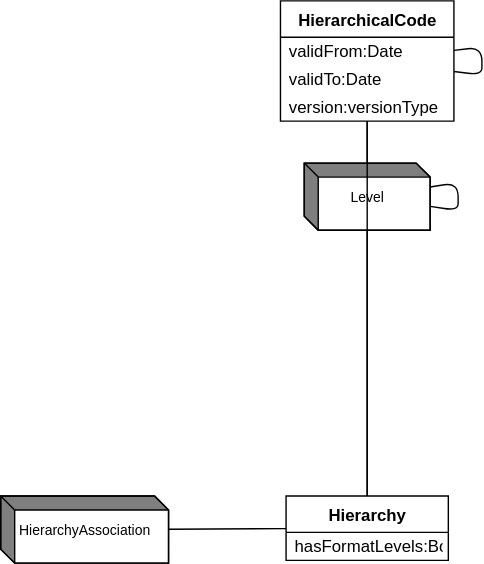
Above: docs/information_model/media/sdmx_codelist-hierarchy_inheritance.svg in sdmx-twg/sdmx-im (draw.io), before the change. Source tidied: cells renumbered, new cells last; positions are measured from the earlier drawing's top-left corner, leaving out a move shared by most shapes. Source of this version:
```xml
<mxGraphModel>
  <root>
    <mxCell id="0" />
    <mxCell id="1" parent="0" />
    <mxCell id="2" value="HierarchicalCode" style="swimlane;fontStyle=1;align=center;verticalAlign=top;horizontal=1;startSize=26;whiteSpace=wrap;html=1;" parent="1" vertex="1">
      <mxGeometry x="200" width="124" height="86" as="geometry" />
    </mxCell>
    <mxCell id="3" value="validFrom:Date" style="text;strokeColor=none;fillColor=none;align=left;verticalAlign=middle;spacingLeft=4;spacingRight=4;overflow=hidden;whiteSpace=wrap;html=1;" parent="2" vertex="1">
      <mxGeometry y="26" width="124" height="20" as="geometry" />
    </mxCell>
    <mxCell id="4" value="validTo:Date" style="text;strokeColor=none;fillColor=none;align=left;verticalAlign=middle;spacingLeft=4;spacingRight=4;overflow=hidden;whiteSpace=wrap;html=1;" parent="2" vertex="1">
      <mxGeometry y="46" width="124" height="20" as="geometry" />
    </mxCell>
    <mxCell id="5" value="version:versionType" style="text;strokeColor=none;fillColor=none;align=left;verticalAlign=middle;spacingLeft=4;spacingRight=4;overflow=hidden;whiteSpace=wrap;html=1;" parent="2" vertex="1">
      <mxGeometry y="66" width="124" height="20" as="geometry" />
    </mxCell>
    <mxCell id="6" value="Hierarchy" style="swimlane;fontStyle=1;align=center;verticalAlign=top;horizontal=1;startSize=26;whiteSpace=wrap;html=1;" parent="1" vertex="1">
      <mxGeometry x="204" y="354" width="116" height="46" as="geometry" />
    </mxCell>
    <mxCell id="7" value="hasFormatLevels:Boolean" style="text;strokeColor=none;fillColor=none;align=left;verticalAlign=middle;spacingLeft=4;spacingRight=4;overflow=hidden;whiteSpace=wrap;html=1;" parent="6" vertex="1">
      <mxGeometry y="26" width="116" height="20" as="geometry" />
    </mxCell>
    <mxCell id="8" value="Level" style="shape=mxgraph.dfd.externalEntity;fontSize=10;" parent="1" vertex="1">
      <mxGeometry x="217" y="116" width="90" height="48" as="geometry" />
    </mxCell>
    <mxCell id="9" value="HierarchyAssociation" style="shape=mxgraph.dfd.externalEntity;fontSize=10;" parent="1" vertex="1">
      <mxGeometry y="354" width="120" height="48" as="geometry" />
    </mxCell>
    <mxCell id="10" value="/items" style="endArrow=none;" parent="1" edge="1">
      <mxGeometry relative="1" as="geometry" />
    </mxCell>
    <mxCell id="11" style="endArrow=none;" parent="1" edge="1" target="8">
      <mxGeometry relative="1" as="geometry" />
    </mxCell>
    <mxCell id="12" value="isComposite" style="endArrow=none;" parent="1" edge="1">
      <mxGeometry relative="1" as="geometry" />
    </mxCell>
    <mxCell id="13" value="composedCodelists" style="endArrow=none;" parent="1" edge="1">
      <mxGeometry relative="1" as="geometry" />
    </mxCell>
    <mxCell id="14" style="endArrow=none;" parent="1" edge="1" source="2">
      <mxGeometry relative="1" as="geometry" />
    </mxCell>
    <mxCell id="15" value="/items" style="endArrow=none;" parent="1" edge="1">
      <mxGeometry relative="1" as="geometry" />
    </mxCell>
    <mxCell id="16" style="endArrow=none;" parent="1" edge="1">
      <mxGeometry relative="1" as="geometry" />
    </mxCell>
    <mxCell id="17" style="endArrow=none;" parent="1" edge="1">
      <mxGeometry relative="1" as="geometry" />
    </mxCell>
    <mxCell id="18" style="endArrow=none;" parent="1" edge="1" target="6">
      <mxGeometry relative="1" as="geometry" />
    </mxCell>
    <mxCell id="19" style="endArrow=none;" parent="1" edge="1" target="2">
      <mxGeometry relative="1" as="geometry" />
    </mxCell>
    <mxCell id="20" style="endArrow=none;" parent="1" edge="1">
      <mxGeometry relative="1" as="geometry" />
    </mxCell>
    <mxCell id="21" style="endArrow=none;" parent="1" edge="1">
      <mxGeometry relative="1" as="geometry" />
    </mxCell>
    <mxCell id="22" style="endArrow=none;" parent="1" edge="1" source="2" target="8">
      <mxGeometry relative="1" as="geometry" />
    </mxCell>
    <mxCell id="23" style="endArrow=none;" parent="1" edge="1" source="2" target="6">
      <mxGeometry relative="1" as="geometry" />
    </mxCell>
    <mxCell id="24" style="endArrow=none;" parent="1" edge="1" source="2" target="2">
      <mxGeometry relative="1" as="geometry" />
    </mxCell>
    <mxCell id="25" style="endArrow=none;" parent="1" edge="1" source="6">
      <mxGeometry relative="1" as="geometry" />
    </mxCell>
    <mxCell id="26" style="endArrow=none;" parent="1" edge="1" source="6" target="9">
      <mxGeometry relative="1" as="geometry" />
    </mxCell>
    <mxCell id="27" style="endArrow=none;" parent="1" edge="1" source="8" target="6">
      <mxGeometry relative="1" as="geometry" />
    </mxCell>
    <mxCell id="28" value="usesCodelist" style="endArrow=none;" parent="1" edge="1">
      <mxGeometry relative="1" as="geometry" />
    </mxCell>
    <mxCell id="29" value="extends" style="endArrow=none;" parent="1" edge="1">
      <mxGeometry relative="1" as="geometry" />
    </mxCell>
    <mxCell id="30" style="endArrow=none;" parent="1" edge="1">
      <mxGeometry relative="1" as="geometry" />
    </mxCell>
    <mxCell id="31" style="endArrow=none;" parent="1" edge="1" source="8" target="8">
      <mxGeometry relative="1" as="geometry" />
    </mxCell>
    <mxCell id="32" style="endArrow=none;" parent="1" edge="1" target="9">
      <mxGeometry relative="1" as="geometry" />
    </mxCell>
    <mxCell id="33" style="endArrow=none;" parent="1" edge="1" source="9">
      <mxGeometry relative="1" as="geometry" />
    </mxCell>
  </root>
</mxGraphModel>
```
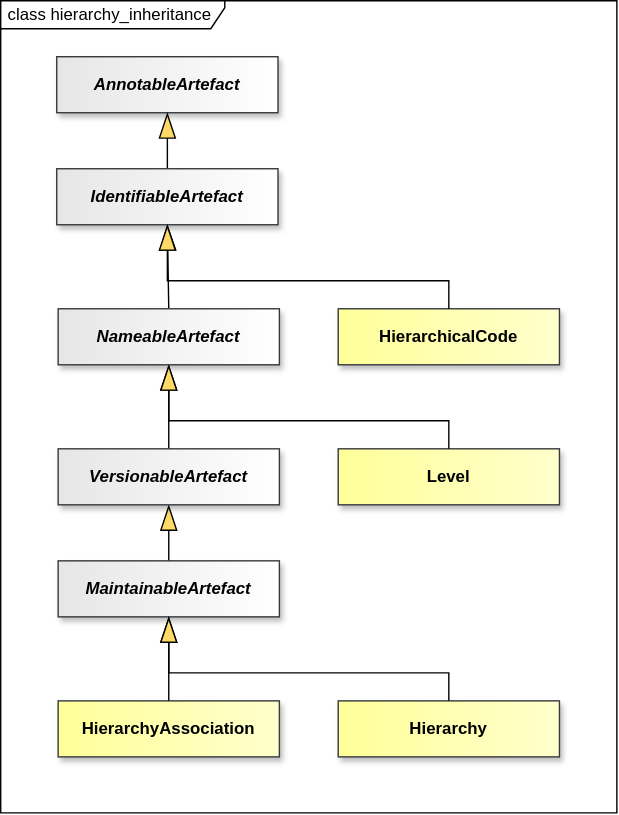
The same diagram one commit later.

Change to the diagram source:
```diff
@@ -2,45 +2,18 @@
   <root>
     <mxCell id="0" />
     <mxCell id="1" parent="0" />
-    <mxCell id="2" value="HierarchicalCode" style="swimlane;fontStyle=1;align=center;verticalAlign=top;horizontal=1;startSize=26;whiteSpace=wrap;html=1;" parent="1" vertex="1">
-      <mxGeometry x="200" width="124" height="86" as="geometry" />
-    </mxCell>
-    <mxCell id="3" value="validFrom:Date" style="text;strokeColor=none;fillColor=none;align=left;verticalAlign=middle;spacingLeft=4;spacingRight=4;overflow=hidden;whiteSpace=wrap;html=1;" parent="2" vertex="1">
-      <mxGeometry y="26" width="124" height="20" as="geometry" />
-    </mxCell>
-    <mxCell id="4" value="validTo:Date" style="text;strokeColor=none;fillColor=none;align=left;verticalAlign=middle;spacingLeft=4;spacingRight=4;overflow=hidden;whiteSpace=wrap;html=1;" parent="2" vertex="1">
-      <mxGeometry y="46" width="124" height="20" as="geometry" />
-    </mxCell>
-    <mxCell id="5" value="version:versionType" style="text;strokeColor=none;fillColor=none;align=left;verticalAlign=middle;spacingLeft=4;spacingRight=4;overflow=hidden;whiteSpace=wrap;html=1;" parent="2" vertex="1">
-      <mxGeometry y="66" width="124" height="20" as="geometry" />
-    </mxCell>
-    <mxCell id="6" value="Hierarchy" style="swimlane;fontStyle=1;align=center;verticalAlign=top;horizontal=1;startSize=26;whiteSpace=wrap;html=1;" parent="1" vertex="1">
-      <mxGeometry x="204" y="354" width="116" height="46" as="geometry" />
-    </mxCell>
-    <mxCell id="7" value="hasFormatLevels:Boolean" style="text;strokeColor=none;fillColor=none;align=left;verticalAlign=middle;spacingLeft=4;spacingRight=4;overflow=hidden;whiteSpace=wrap;html=1;" parent="6" vertex="1">
-      <mxGeometry y="26" width="116" height="20" as="geometry" />
-    </mxCell>
-    <mxCell id="8" value="Level" style="shape=mxgraph.dfd.externalEntity;fontSize=10;" parent="1" vertex="1">
-      <mxGeometry x="217" y="116" width="90" height="48" as="geometry" />
-    </mxCell>
-    <mxCell id="9" value="HierarchyAssociation" style="shape=mxgraph.dfd.externalEntity;fontSize=10;" parent="1" vertex="1">
-      <mxGeometry y="354" width="120" height="48" as="geometry" />
-    </mxCell>
+    <mxCell id="34" value="&amp;nbsp;class hierarchy_inheritance" style="shape=umlFrame;whiteSpace=wrap;html=1;fillColor=light-dark(#FFFFFF,#121212);swimlaneFillColor=light-dark(#FFFFFF,#121212);width=160;height=20;align=left;" parent="1" vertex="1">
+      <mxGeometry x="-50" y="-56" width="440" height="580" as="geometry" />
+    </mxCell>
     <mxCell id="10" value="/items" style="endArrow=none;" parent="1" edge="1">
       <mxGeometry relative="1" as="geometry" />
     </mxCell>
-    <mxCell id="11" style="endArrow=none;" parent="1" edge="1" target="8">
-      <mxGeometry relative="1" as="geometry" />
-    </mxCell>
     <mxCell id="12" value="isComposite" style="endArrow=none;" parent="1" edge="1">
       <mxGeometry relative="1" as="geometry" />
     </mxCell>
     <mxCell id="13" value="composedCodelists" style="endArrow=none;" parent="1" edge="1">
       <mxGeometry relative="1" as="geometry" />
     </mxCell>
-    <mxCell id="14" style="endArrow=none;" parent="1" edge="1" source="2">
-      <mxGeometry relative="1" as="geometry" />
-    </mxCell>
     <mxCell id="15" value="/items" style="endArrow=none;" parent="1" edge="1">
       <mxGeometry relative="1" as="geometry" />
     </mxCell>
@@ -50,36 +23,12 @@
     <mxCell id="17" style="endArrow=none;" parent="1" edge="1">
       <mxGeometry relative="1" as="geometry" />
     </mxCell>
-    <mxCell id="18" style="endArrow=none;" parent="1" edge="1" target="6">
-      <mxGeometry relative="1" as="geometry" />
-    </mxCell>
-    <mxCell id="19" style="endArrow=none;" parent="1" edge="1" target="2">
-      <mxGeometry relative="1" as="geometry" />
-    </mxCell>
     <mxCell id="20" style="endArrow=none;" parent="1" edge="1">
       <mxGeometry relative="1" as="geometry" />
     </mxCell>
     <mxCell id="21" style="endArrow=none;" parent="1" edge="1">
       <mxGeometry relative="1" as="geometry" />
     </mxCell>
-    <mxCell id="22" style="endArrow=none;" parent="1" edge="1" source="2" target="8">
-      <mxGeometry relative="1" as="geometry" />
-    </mxCell>
-    <mxCell id="23" style="endArrow=none;" parent="1" edge="1" source="2" target="6">
-      <mxGeometry relative="1" as="geometry" />
-    </mxCell>
-    <mxCell id="24" style="endArrow=none;" parent="1" edge="1" source="2" target="2">
-      <mxGeometry relative="1" as="geometry" />
-    </mxCell>
-    <mxCell id="25" style="endArrow=none;" parent="1" edge="1" source="6">
-      <mxGeometry relative="1" as="geometry" />
-    </mxCell>
-    <mxCell id="26" style="endArrow=none;" parent="1" edge="1" source="6" target="9">
-      <mxGeometry relative="1" as="geometry" />
-    </mxCell>
-    <mxCell id="27" style="endArrow=none;" parent="1" edge="1" source="8" target="6">
-      <mxGeometry relative="1" as="geometry" />
-    </mxCell>
     <mxCell id="28" value="usesCodelist" style="endArrow=none;" parent="1" edge="1">
       <mxGeometry relative="1" as="geometry" />
     </mxCell>
@@ -89,14 +38,74 @@
     <mxCell id="30" style="endArrow=none;" parent="1" edge="1">
       <mxGeometry relative="1" as="geometry" />
     </mxCell>
-    <mxCell id="31" style="endArrow=none;" parent="1" edge="1" source="8" target="8">
-      <mxGeometry relative="1" as="geometry" />
-    </mxCell>
-    <mxCell id="32" style="endArrow=none;" parent="1" edge="1" target="9">
-      <mxGeometry relative="1" as="geometry" />
-    </mxCell>
-    <mxCell id="33" style="endArrow=none;" parent="1" edge="1" source="9">
-      <mxGeometry relative="1" as="geometry" />
-    </mxCell>
+    <mxCell id="35" value="&lt;span&gt;&lt;span&gt;AnnotableArtefact&lt;/span&gt;&lt;/span&gt;" style="whiteSpace=wrap;html=1;verticalAlign=middle;gradientDirection=east;imageVerticalAlign=top;fontStyle=3;fillColor=light-dark(#E6E6E6,#E6E6E6);strokeColor=#36393d;fontColor=light-dark(#000000,#000000);gradientColor=light-dark(#FFFFFF,#FFFFFF);shadow=1;" parent="1" vertex="1">
+      <mxGeometry x="-10" y="-16" width="158" height="40" as="geometry" />
+    </mxCell>
+    <mxCell id="36" style="endArrow=blockThin;endSize=16;endFill=1;html=1;rounded=0;entryX=0.5;entryY=1;entryDx=0;entryDy=0;exitX=0.5;exitY=0;exitDx=0;exitDy=0;startFill=0;endFillColor=light-dark(#FFD966,#FFD966);strokeColor=light-dark(#000000,#FFFFFF);startFillColor=light-dark(#000000,#FFFFFF);labelBackgroundColor=none;labelBorderColor=light-dark(#000000,#FFFFFF);" parent="1" edge="1" source="40" target="35">
+      <mxGeometry relative="1" as="geometry" />
+    </mxCell>
+    <mxCell id="37" style="endArrow=blockThin;endSize=16;endFill=1;html=1;rounded=0;exitX=0.5;exitY=0;exitDx=0;exitDy=0;startFill=0;endFillColor=light-dark(#FFD966,#FFD966);strokeColor=light-dark(#000000,#FFFFFF);startFillColor=light-dark(#000000,#FFFFFF);labelBackgroundColor=none;labelBorderColor=light-dark(#000000,#FFFFFF);entryX=0.5;entryY=1;entryDx=0;entryDy=0;" parent="1" edge="1" source="41" target="40">
+      <mxGeometry relative="1" as="geometry" />
+    </mxCell>
+    <mxCell id="38" style="endArrow=blockThin;endSize=16;endFill=1;html=1;rounded=0;entryX=0.5;entryY=1;entryDx=0;entryDy=0;exitX=0.5;exitY=0;exitDx=0;exitDy=0;startFill=0;endFillColor=light-dark(#FFD966,#FFD966);strokeColor=light-dark(#000000,#FFFFFF);startFillColor=light-dark(#000000,#FFFFFF);labelBackgroundColor=none;labelBorderColor=light-dark(#000000,#FFFFFF);" parent="1" edge="1" source="42" target="41">
+      <mxGeometry relative="1" as="geometry" />
+    </mxCell>
+    <mxCell id="39" style="endArrow=blockThin;endSize=16;endFill=1;html=1;rounded=0;entryX=0.5;entryY=1;entryDx=0;entryDy=0;exitX=0.5;exitY=0;exitDx=0;exitDy=0;startFill=0;endFillColor=light-dark(#FFD966,#FFD966);strokeColor=light-dark(#000000,#FFFFFF);startFillColor=light-dark(#000000,#FFFFFF);labelBackgroundColor=none;labelBorderColor=light-dark(#000000,#FFFFFF);" parent="1" edge="1" source="43" target="42">
+      <mxGeometry relative="1" as="geometry" />
+    </mxCell>
+    <mxCell id="40" value="IdentifiableArtefact" style="whiteSpace=wrap;html=1;verticalAlign=middle;gradientDirection=east;imageVerticalAlign=top;fontStyle=3;fillColor=light-dark(#E6E6E6,#E6E6E6);strokeColor=#36393d;fontColor=light-dark(#000000,#000000);gradientColor=light-dark(#FFFFFF,#FFFFFF);shadow=1;" parent="1" vertex="1">
+      <mxGeometry x="-10" y="64" width="158" height="40" as="geometry" />
+    </mxCell>
+    <mxCell id="41" value="NameableArtefact" style="whiteSpace=wrap;html=1;verticalAlign=middle;gradientDirection=east;imageVerticalAlign=top;fontStyle=3;fillColor=light-dark(#E6E6E6,#E6E6E6);strokeColor=#36393d;fontColor=light-dark(#000000,#000000);gradientColor=light-dark(#FFFFFF,#FFFFFF);shadow=1;" parent="1" vertex="1">
+      <mxGeometry x="-9" y="164" width="158" height="40" as="geometry" />
+    </mxCell>
+    <mxCell id="42" value="VersionableArtefact" style="whiteSpace=wrap;html=1;verticalAlign=middle;gradientDirection=east;imageVerticalAlign=top;fontStyle=3;fillColor=light-dark(#E6E6E6,#E6E6E6);strokeColor=#36393d;fontColor=light-dark(#000000,#000000);gradientColor=light-dark(#FFFFFF,#FFFFFF);shadow=1;" parent="1" vertex="1">
+      <mxGeometry x="-9" y="264" width="158" height="40" as="geometry" />
+    </mxCell>
+    <mxCell id="43" value="MaintainableArtefact" style="whiteSpace=wrap;html=1;verticalAlign=middle;gradientDirection=east;imageVerticalAlign=top;fontStyle=3;fillColor=light-dark(#E6E6E6,#E6E6E6);strokeColor=#36393d;fontColor=light-dark(#000000,#000000);gradientColor=light-dark(#FFFFFF,#FFFFFF);shadow=1;" parent="1" vertex="1">
+      <mxGeometry x="-9" y="344" width="158" height="40" as="geometry" />
+    </mxCell>
+    <mxCell id="2" value="HierarchicalCode" style="whiteSpace=wrap;html=1;verticalAlign=middle;gradientDirection=east;imageVerticalAlign=top;fontStyle=1;fillColor=light-dark(#FFFF99,#FFFF99);strokeColor=#36393d;fontColor=light-dark(#000000,#000000);gradientColor=light-dark(#FFFFCC,#FFFFCC);shadow=1;" parent="1" vertex="1">
+      <mxGeometry x="191" y="164" width="158" height="40" as="geometry" />
+    </mxCell>
+    <mxCell id="8" value="Level" style="whiteSpace=wrap;html=1;verticalAlign=middle;gradientDirection=east;imageVerticalAlign=top;fontStyle=1;fillColor=light-dark(#FFFF99,#FFFF99);strokeColor=#36393d;fontColor=light-dark(#000000,#000000);gradientColor=light-dark(#FFFFCC,#FFFFCC);shadow=1;" parent="1" vertex="1">
+      <mxGeometry x="191" y="264" width="158" height="40" as="geometry" />
+    </mxCell>
+    <mxCell id="9" value="HierarchyAssociation" style="whiteSpace=wrap;html=1;verticalAlign=middle;gradientDirection=east;imageVerticalAlign=top;fontStyle=1;fillColor=light-dark(#FFFF99,#FFFF99);strokeColor=#36393d;fontColor=light-dark(#000000,#000000);gradientColor=light-dark(#FFFFCC,#FFFFCC);shadow=1;" parent="1" vertex="1">
+      <mxGeometry x="-9" y="444" width="158" height="40" as="geometry" />
+    </mxCell>
+    <mxCell id="6" value="Hierarchy" style="whiteSpace=wrap;html=1;verticalAlign=middle;gradientDirection=east;imageVerticalAlign=top;fontStyle=1;fillColor=light-dark(#FFFF99,#FFFF99);strokeColor=#36393d;fontColor=light-dark(#000000,#000000);gradientColor=light-dark(#FFFFCC,#FFFFCC);shadow=1;" parent="1" vertex="1">
+      <mxGeometry x="191" y="444" width="158" height="40" as="geometry" />
+    </mxCell>
+    <mxCell id="44" style="endArrow=blockThin;endSize=16;endFill=1;html=1;rounded=0;exitX=0.5;exitY=0;exitDx=0;exitDy=0;startFill=0;endFillColor=light-dark(#FFD966,#FFD966);strokeColor=light-dark(#000000,#FFFFFF);startFillColor=light-dark(#000000,#FFFFFF);labelBackgroundColor=none;labelBorderColor=light-dark(#000000,#FFFFFF);entryX=0.5;entryY=1;entryDx=0;entryDy=0;" parent="1" edge="1" source="2" target="40">
+      <mxGeometry relative="1" as="geometry">
+        <Array as="points">
+          <mxPoint x="270" y="144" />
+          <mxPoint x="69" y="144" />
+        </Array>
+      </mxGeometry>
+    </mxCell>
+    <mxCell id="45" style="endArrow=blockThin;endSize=16;endFill=1;html=1;rounded=0;exitX=0.5;exitY=0;exitDx=0;exitDy=0;startFill=0;endFillColor=light-dark(#FFD966,#FFD966);strokeColor=light-dark(#000000,#FFFFFF);startFillColor=light-dark(#000000,#FFFFFF);labelBackgroundColor=none;labelBorderColor=light-dark(#000000,#FFFFFF);entryX=0.5;entryY=1;entryDx=0;entryDy=0;" parent="1" edge="1" source="8" target="41">
+      <mxGeometry relative="1" as="geometry">
+        <Array as="points">
+          <mxPoint x="270" y="244" />
+          <mxPoint x="220" y="244" />
+          <mxPoint x="70" y="244" />
+        </Array>
+      </mxGeometry>
+    </mxCell>
+    <mxCell id="46" style="endArrow=blockThin;endSize=16;endFill=1;html=1;rounded=0;exitX=0.5;exitY=0;exitDx=0;exitDy=0;startFill=0;endFillColor=light-dark(#FFD966,#FFD966);strokeColor=light-dark(#000000,#FFFFFF);startFillColor=light-dark(#000000,#FFFFFF);labelBackgroundColor=none;labelBorderColor=light-dark(#000000,#FFFFFF);entryX=0.5;entryY=1;entryDx=0;entryDy=0;" parent="1" edge="1" source="6">
+      <mxGeometry relative="1" as="geometry">
+        <mxPoint x="70" y="384" as="targetPoint" />
+        <Array as="points">
+          <mxPoint x="270" y="424" />
+          <mxPoint x="220" y="424" />
+          <mxPoint x="70" y="424" />
+        </Array>
+      </mxGeometry>
+    </mxCell>
+    <mxCell id="47" style="endArrow=blockThin;endSize=16;endFill=1;html=1;rounded=0;entryX=0.5;entryY=1;entryDx=0;entryDy=0;exitX=0.5;exitY=0;exitDx=0;exitDy=0;startFill=0;endFillColor=light-dark(#FFD966,#FFD966);strokeColor=light-dark(#000000,#FFFFFF);startFillColor=light-dark(#000000,#FFFFFF);labelBackgroundColor=none;labelBorderColor=light-dark(#000000,#FFFFFF);" parent="1" edge="1" source="9" target="43">
+      <mxGeometry relative="1" as="geometry" />
+    </mxCell>
   </root>
 </mxGraphModel>
```
